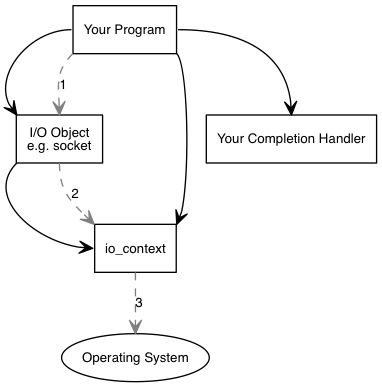
Above: libs/asio/doc/overview/async_op1.png in anarthal/boost-unix-mirror (Graphviz), before the change. Its source is kept beside it as libs/asio/doc/overview/async_op1.dot. The source it was exported from:
```dot
digraph g
{
  graph
    [
      nodesep="0.2"
    ];

  edge
    [
      fontname="Helvetica",
      fontsize=10,
      labelfontname="Helvetica",
      labelfontsize=10
    ];

  node
    [
      fontname="Helvetica",
      fontsize=10,
      shape=box
    ];

  edge
    [
      arrowhead="open"
    ]

  {
    operating_system [ label="Operating System", shape=ellipse ];
    io_context [ label="io_context" ];
    io_object [ label="I/O Object\ne.g. socket" ];
    your_program [ label="Your Program" ];
    your_completion_handler [ label="Your Completion Handler" ];
  }

  {
    edge [ arrowtail="diamond" ];
    your_program:e -> your_completion_handler:n;
    your_program:w -> io_object:nw;
    your_program:se -> io_context:ne;
  }

  {
    io_object:sw -> io_context:w;
  }

  {
    edge [ style="dashed", color="#808080" ];

    {
      your_program:sw -> io_object:n [ label="1" ];
      io_object:s -> io_context:nw [ label="2" ];
      io_context:s -> operating_system:n [ label="3" ];
    }
  }

  {
    edge [ style="invis" ];

    {
      your_program:s -> io_context:n [ label="5" ];
    }

    {
      edge [ arrowhead="none", arrowtail="open" ];
      your_completion_handler:s -> io_context:e [ label="6" ];
    }
  }
}
```
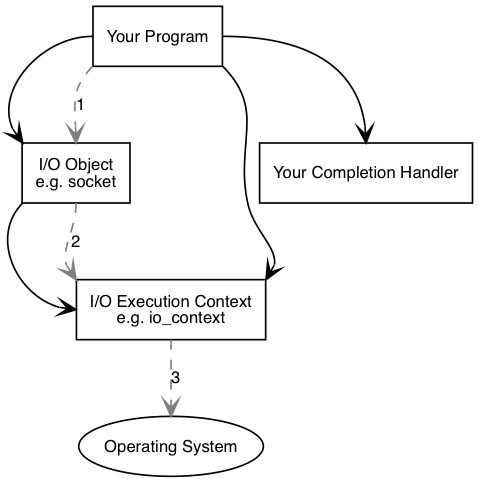
After the change.

What changed in the source:
```diff
@@ -27,7 +27,7 @@
 
   {
     operating_system [ label="Operating System", shape=ellipse ];
-    io_context [ label="io_context" ];
+    io_context [ label="I/O Execution Context\ne.g. io_context" ];
     io_object [ label="I/O Object\ne.g. socket" ];
     your_program [ label="Your Program" ];
     your_completion_handler [ label="Your Completion Handler" ];
```
